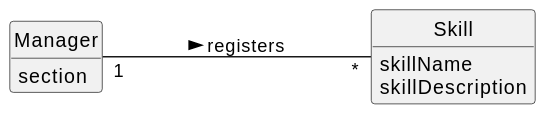
This is docs/sprintB/us01/02.analysis/svg/us01-domain-model.svg from Paulo-Pereira-at-ISEP/lei-24-s2-1nanb-g321, a PlantUML export, as it was before one commit. Source of this version:
```plantuml
@startuml
skinparam monochrome true
skinparam packageStyle rectangle
skinparam shadowing false

left to right direction

skinparam classAttributeIconSize 0

hide circle
hide methods

class Manager {
     section
 }

class Skill {
    skillName
    skillDescription
}

Manager "1" --- "*" Skill: registers >
@enduml
```
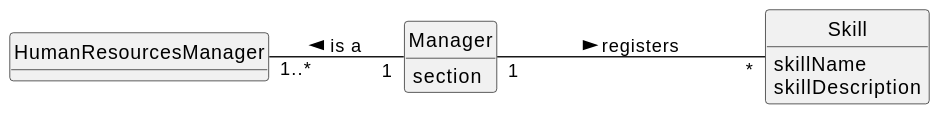
Above is the later version.

Commit message:
LGGPM-24 - US 01 Domain model correction after evaluation inputs

The edit, as a diff of the source:
```diff
@@ -9,6 +9,9 @@
 
 hide circle
 hide methods
+class HumanResourcesManager {
+
+}
 
 class Manager {
      section
@@ -19,5 +22,6 @@
     skillDescription
 }
 
+Manager "1" --up "1..*" HumanResourcesManager: is a >
 Manager "1" --- "*" Skill: registers >
 @enduml
```
